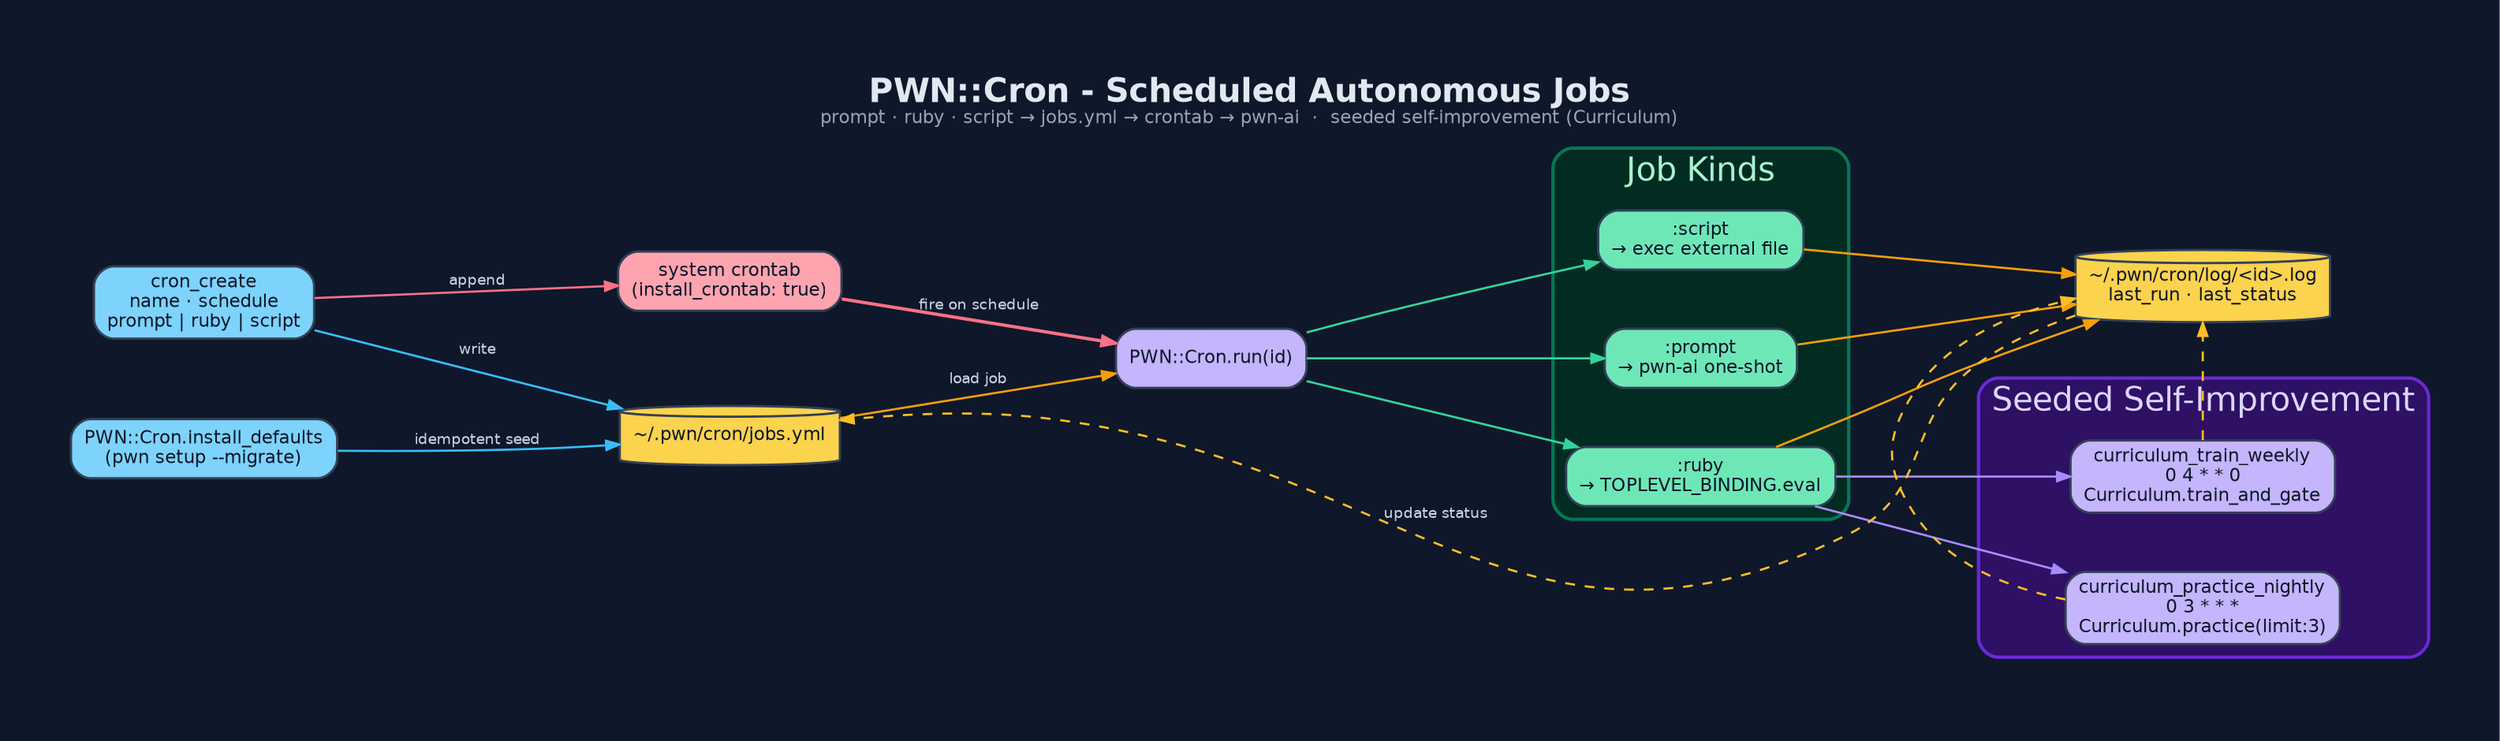
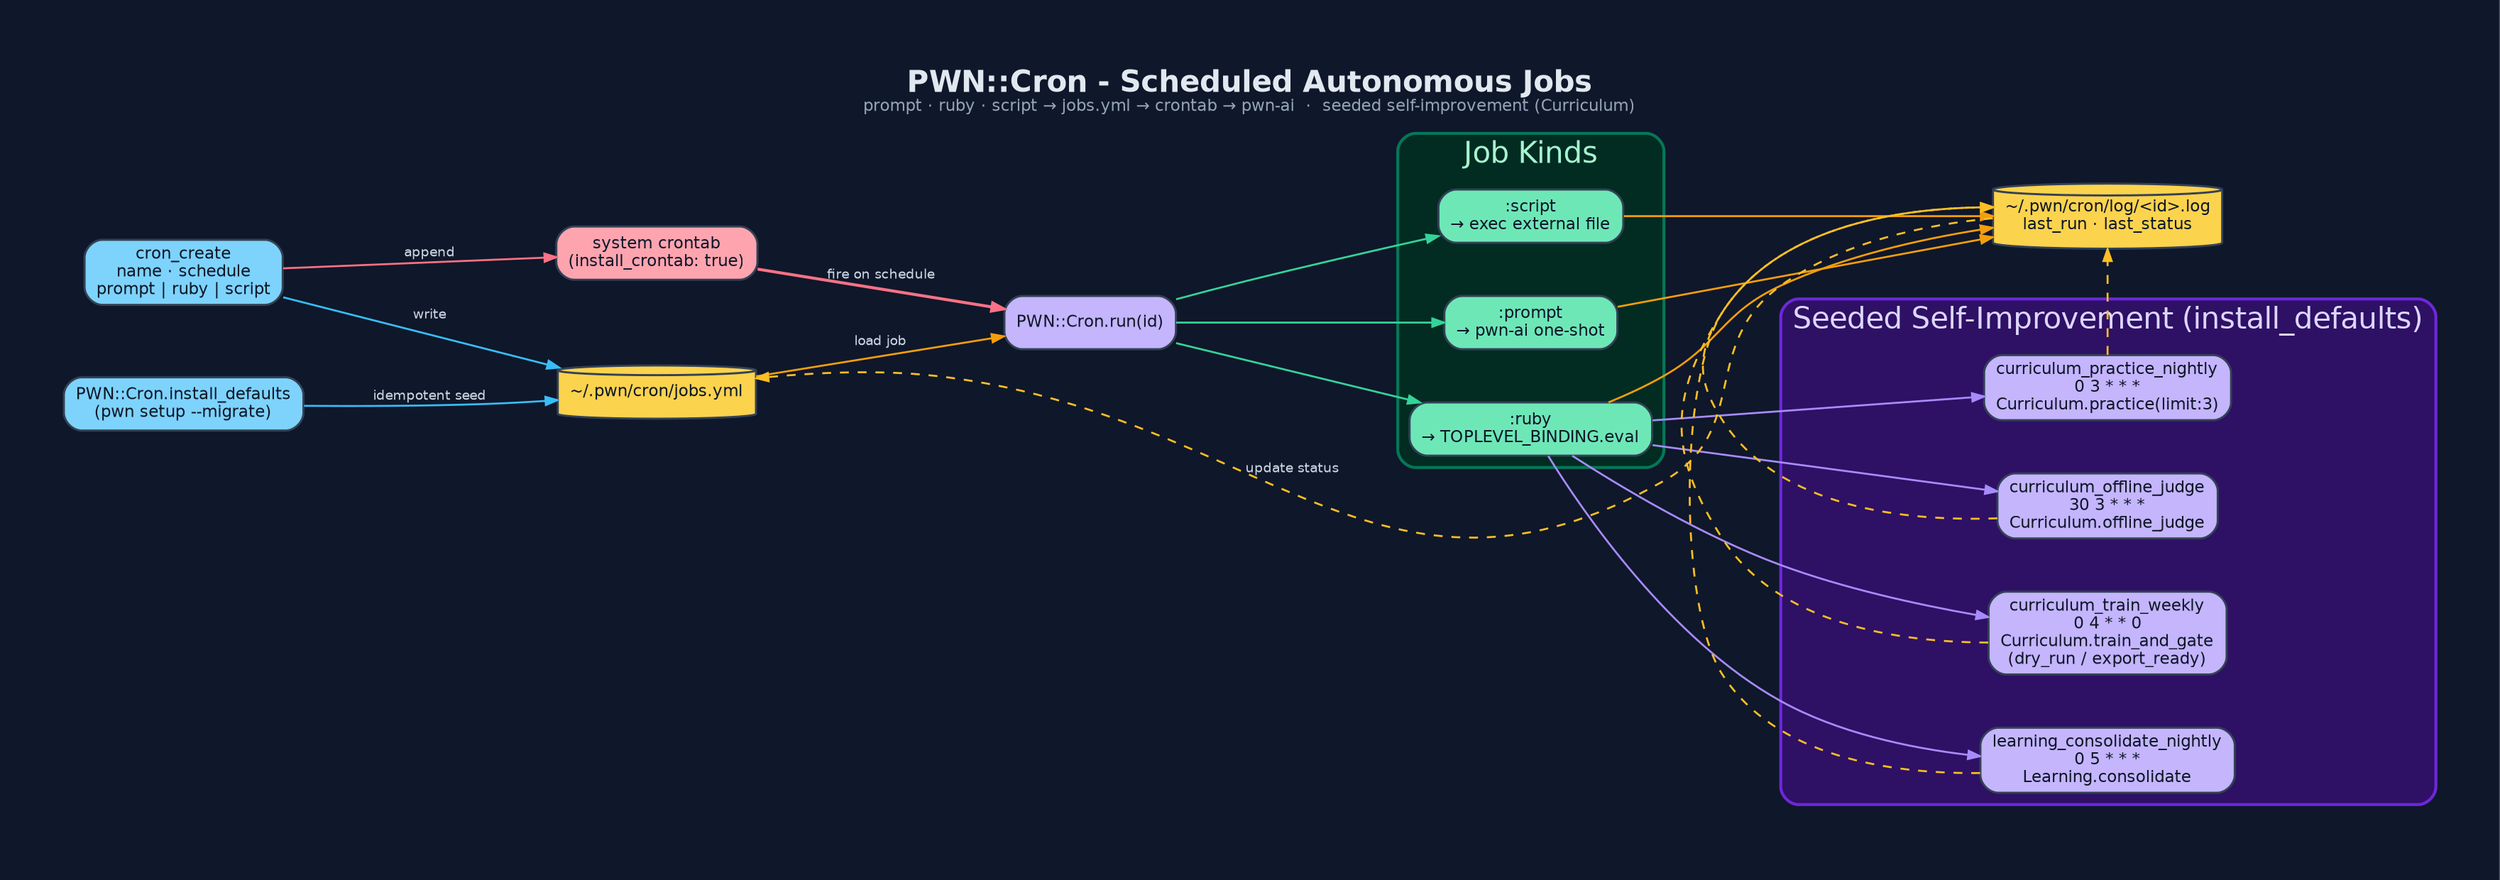
digraph "PWN_Cron" {
  graph [
    label=<<B>PWN::Cron - Scheduled Autonomous Jobs</B><BR/><FONT POINT-SIZE="11" COLOR="#94a3b8">prompt · ruby · script → jobs.yml → crontab → pwn-ai  ·  seeded self-improvement (Curriculum)</FONT>>,
    labelloc=t, fontsize=20, fontname="Helvetica",
    rankdir=LR, splines=spline, nodesep=0.5, ranksep=1.3,
    bgcolor="#0f172a", fontcolor="#e2e8f0", pad=0.6, newrank=true
  ];
  node [fontname="Helvetica", fontsize=11, style="filled,rounded",
        shape=box, penwidth=1.4, color="#334155", fontcolor="#0f172a"];
  edge [fontname="Helvetica", fontsize=9, color="#94a3b8",
        fontcolor="#cbd5e1", penwidth=1.3, arrowsize=0.8];

  Create  [label="cron_create\nname · schedule\nprompt | ruby | script", fillcolor="#7dd3fc"];
  Seed    [label="PWN::Cron.install_defaults\n(pwn setup --migrate)", fillcolor="#7dd3fc"];
  {rank=same; Create; Seed}

  Jobs    [label="~/.pwn/cron/jobs.yml", shape=cylinder, fillcolor="#fcd34d"];
  Crontab [label="system crontab\n(install_crontab: true)", fillcolor="#fda4af"];
  Runner  [label="PWN::Cron.run(id)", fillcolor="#c4b5fd"];

  subgraph cluster_kinds {
    label="Job Kinds"; fontcolor="#a7f3d0"; style=rounded;
    color="#047857"; bgcolor="#022c22"; penwidth=2;
    Prompt [label=":prompt\n→ pwn-ai one-shot", fillcolor="#6ee7b7"];
    Ruby   [label=":ruby\n→ TOPLEVEL_BINDING.eval", fillcolor="#6ee7b7"];
    Script [label=":script\n→ exec external file", fillcolor="#6ee7b7"];
  }
  {rank=same; Prompt; Ruby; Script}

  subgraph cluster_seed {
-     label="Seeded Self-Improvement"; fontcolor="#ddd6fe"; style=rounded;
+     label="Seeded Self-Improvement (install_defaults)"; fontcolor="#ddd6fe"; style=rounded;
    color="#6d28d9"; bgcolor="#2e1065"; penwidth=2;
    Practice [label="curriculum_practice_nightly\n0 3 * * *\nCurriculum.practice(limit:3)", fillcolor="#c4b5fd"];
-     Train    [label="curriculum_train_weekly\n0 4 * * 0\nCurriculum.train_and_gate", fillcolor="#c4b5fd"];
+     Offline  [label="curriculum_offline_judge\n30 3 * * *\nCurriculum.offline_judge", fillcolor="#c4b5fd"];
+     Train    [label="curriculum_train_weekly\n0 4 * * 0\nCurriculum.train_and_gate\n(dry_run / export_ready)", fillcolor="#c4b5fd"];
+     MemGC    [label="learning_consolidate_nightly\n0 5 * * *\nLearning.consolidate", fillcolor="#c4b5fd"];
  }
-   {rank=same; Practice; Train}
+   {rank=same; Practice; Offline; Train; MemGC}

  Log [label="~/.pwn/cron/log/<id>.log\nlast_run · last_status", shape=cylinder, fillcolor="#fcd34d"];

  Create  -> Jobs    [label="write", color="#38bdf8"];
  Seed    -> Jobs    [label="idempotent seed", color="#38bdf8"];
  Create  -> Crontab [label="append", color="#fb7185"];
  Crontab -> Runner  [label="fire on schedule", color="#fb7185", penwidth=2];
  Jobs    -> Runner  [label="load job", color="#f59e0b"];
  Runner  -> Prompt  [color="#34d399"];
  Runner  -> Ruby    [color="#34d399"];
  Runner  -> Script  [color="#34d399"];
  Ruby    -> Practice [color="#a78bfa"];
+   Ruby    -> Offline  [color="#a78bfa"];
  Ruby    -> Train    [color="#a78bfa"];
+   Ruby    -> MemGC    [color="#a78bfa"];
  Prompt  -> Log [color="#f59e0b"];
  Ruby    -> Log [color="#f59e0b"];
  Script  -> Log [color="#f59e0b"];
  Log     -> Jobs [label="update status", style=dashed, color="#fbbf24", constraint=false];
  Practice -> Log [style=dashed, color="#fbbf24", constraint=false];
+   Offline  -> Log [style=dashed, color="#fbbf24", constraint=false];
  Train    -> Log [style=dashed, color="#fbbf24", constraint=false];
+   MemGC    -> Log [style=dashed, color="#fbbf24", constraint=false];
}
